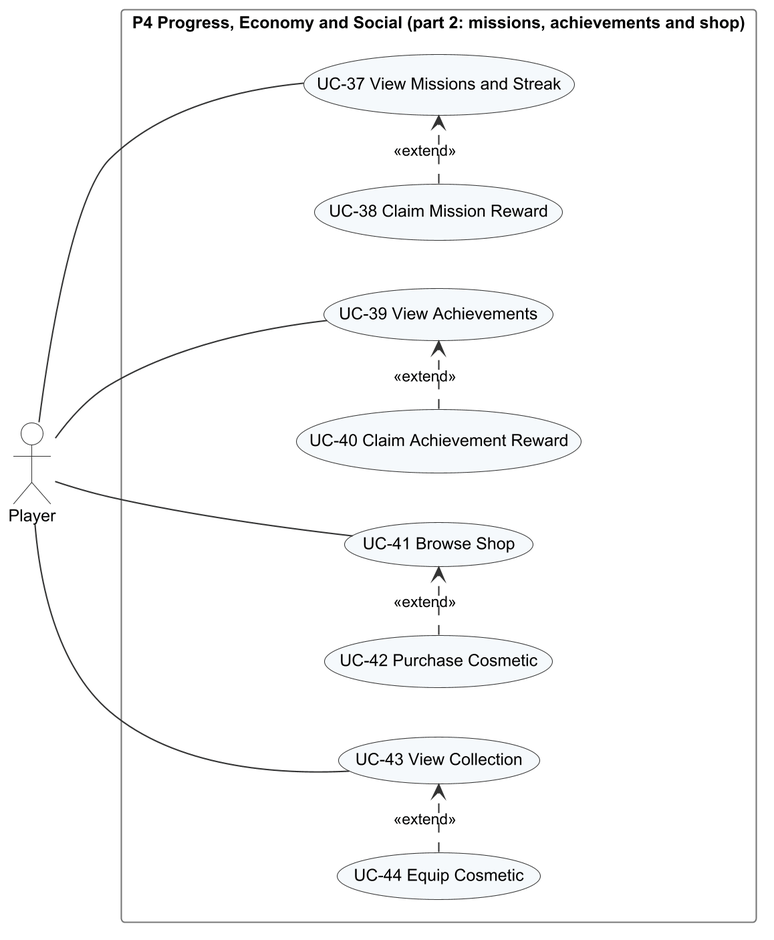
Tad-Min/PickleVerse keeps this PlantUML diagram as Doc/Project_report/Report/diagrams/png/r3_uc_p4b_economy.png. Above is the earlier version.
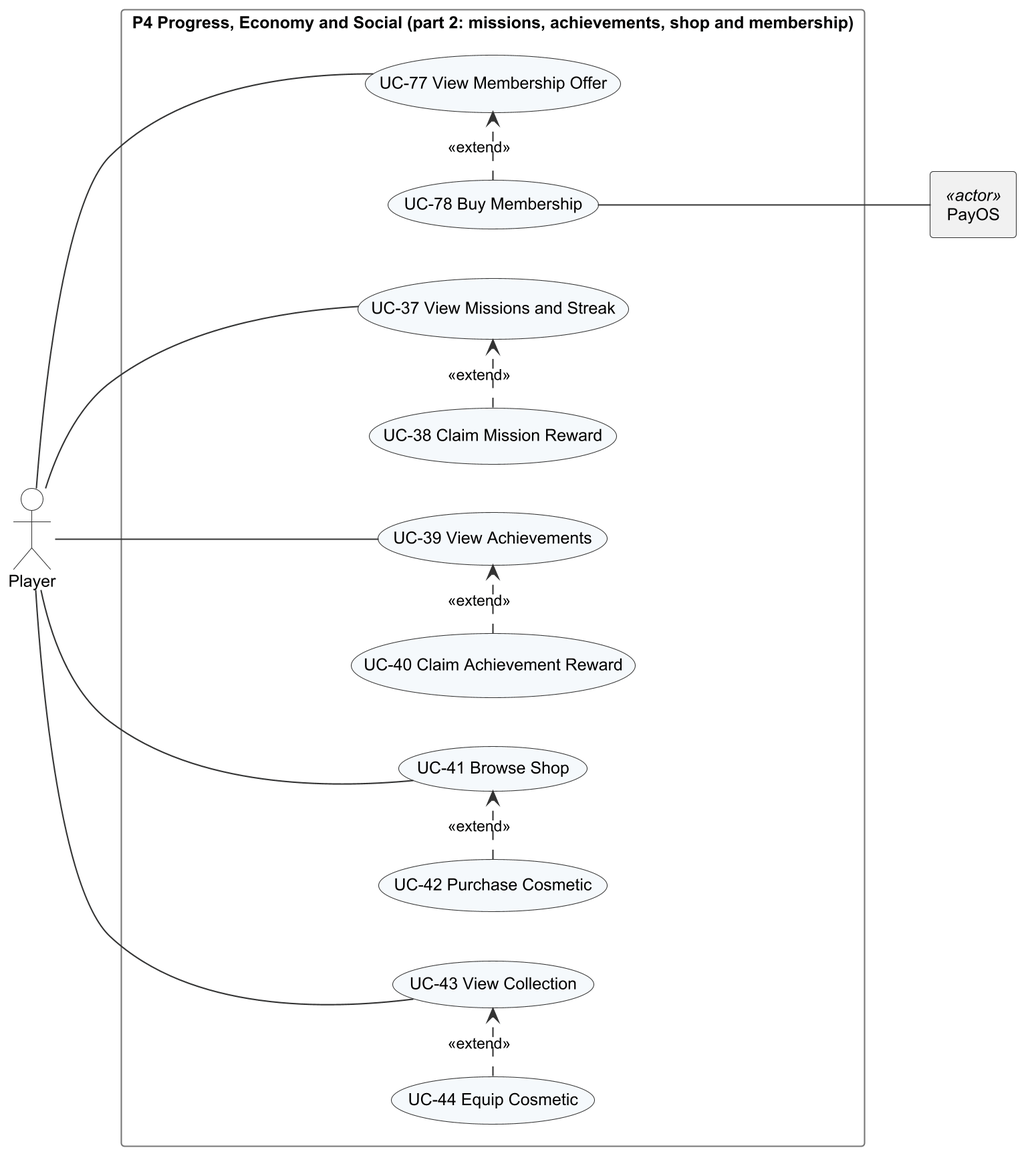
The same diagram one commit later.

Diff of the diagram source:
```diff
@@ -2,7 +2,8 @@
 !include _style.iuml
 left to right direction
 actor Player
-rectangle "P4 Progress, Economy and Social (part 2: missions, achievements and shop)" {
+rectangle "PayOS" as PO <<actor>>
+rectangle "P4 Progress, Economy and Social (part 2: missions, achievements, shop and membership)" {
   usecase "UC-37 View Missions and Streak" as UC37
   usecase "UC-38 Claim Mission Reward" as UC38
   usecase "UC-39 View Achievements" as UC39
@@ -11,11 +12,16 @@
   usecase "UC-42 Purchase Cosmetic" as UC42
   usecase "UC-43 View Collection" as UC43
   usecase "UC-44 Equip Cosmetic" as UC44
+  usecase "UC-77 View Membership Offer" as UC77
+  usecase "UC-78 Buy Membership" as UC78
 }
 Player -- UC37
 Player -- UC39
 Player -- UC41
 Player -- UC43
+Player -- UC77
+UC78 .> UC77 : <<extend>>
+UC78 -- PO
 UC38 .> UC37 : <<extend>>
 UC40 .> UC39 : <<extend>>
 UC42 .> UC41 : <<extend>>
```
